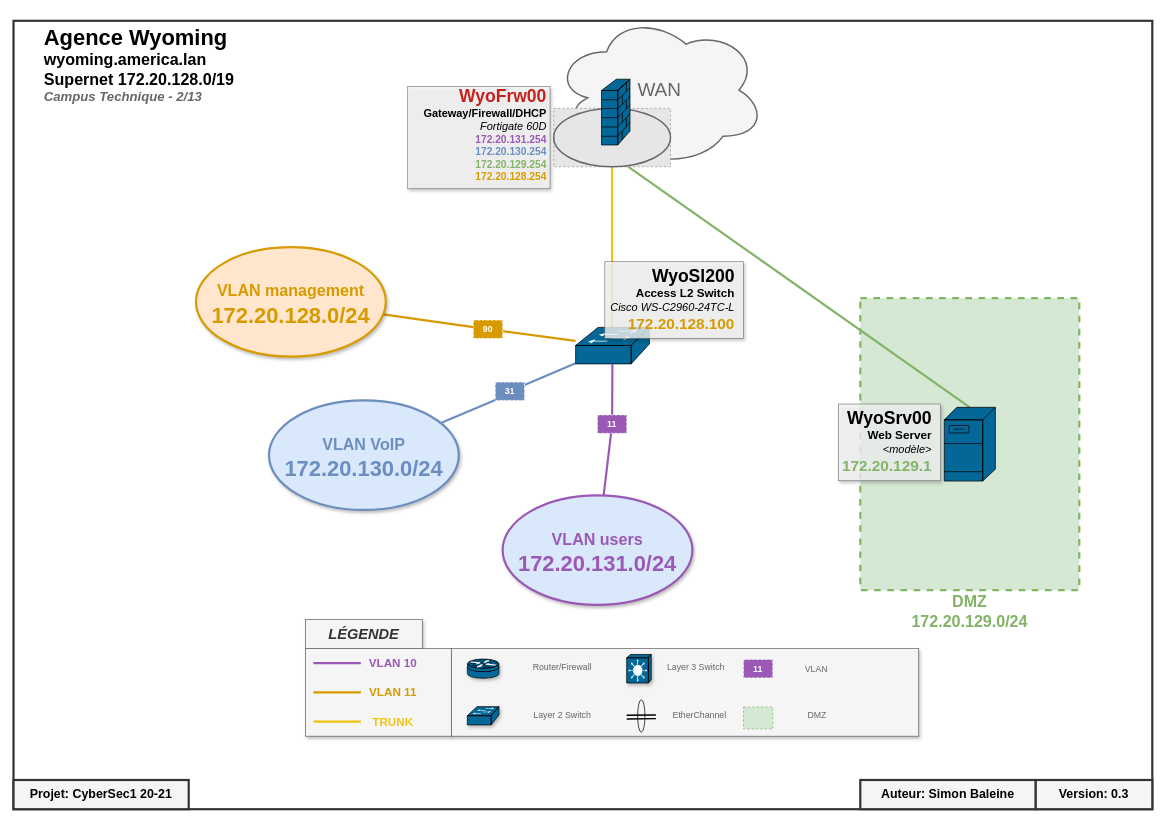
Earlier version of the draw.io diagram docs/wyoming.drawio (shellwhale/pensive-sammet). Source tidied: cells renumbered, new cells numbered last; positions are measured from the earlier drawing's top-left corner, leaving out a move shared by most shapes. Both pictures are drawn from the tidied source at 73%, with x=0, y=0 at pixel (13, 13). Pictures stored in the file or linked from it are replaced by grey dashed boxes.
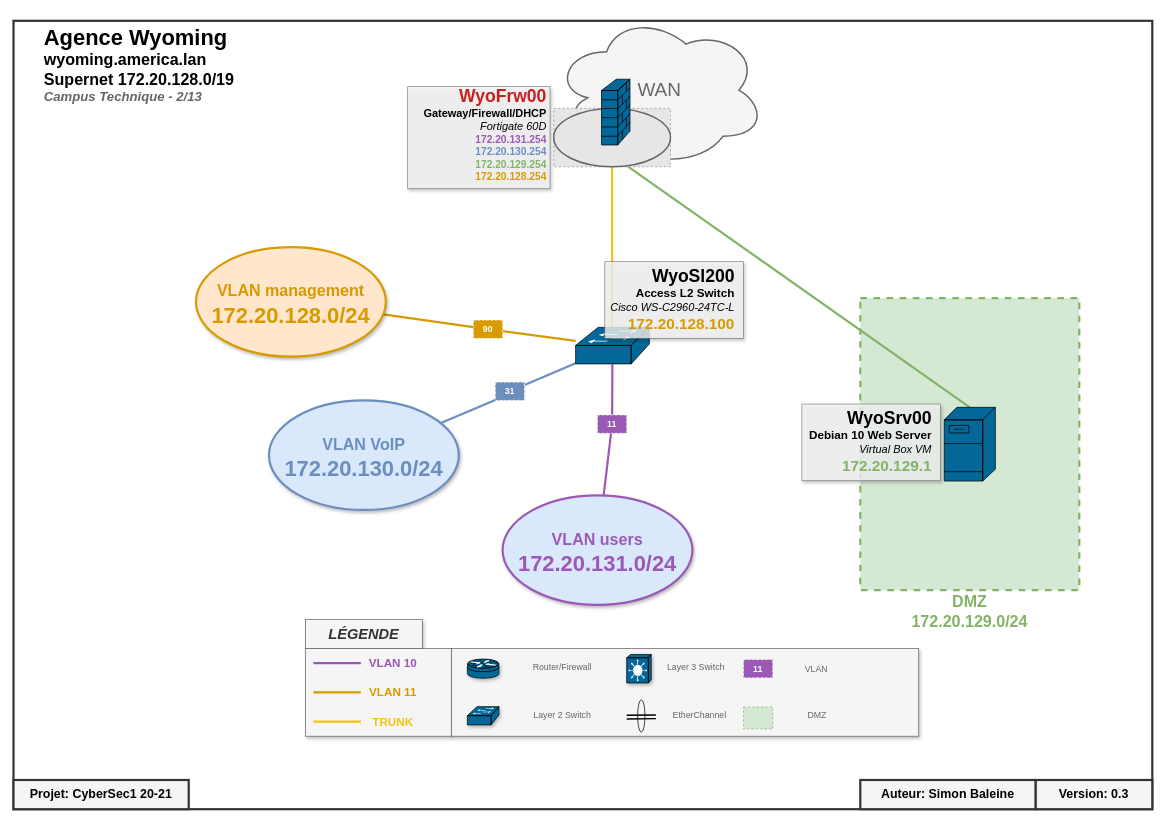
The same diagram, later.

Diff of the diagram source:
```diff
@@
     <mxCell id="59" style="rounded=0;whiteSpace=wrap;html=1;strokeColor=#666666;strokeWidth=1;fillColor=#f5f5f5;fontColor=#333333;shadow=1;opacity=80;" parent="56" vertex="1">
-      <mxGeometry x="1130" y="535" width="140" height="105" as="geometry" />
+      <mxGeometry x="1080" y="535" width="190" height="105" as="geometry" />
     </mxCell>
@@
-    <mxCell id="62" value="&lt;div&gt;&lt;b&gt;&lt;font style=&quot;font-size: 24px&quot; color=&quot;#000000&quot;&gt;WyoSrv00&lt;/font&gt;&lt;/b&gt;&lt;/div&gt;&lt;font&gt;&lt;div&gt;&lt;span style=&quot;font-size: 16px&quot;&gt;&lt;b&gt;&lt;font color=&quot;#000000&quot;&gt;Web Server&lt;/font&gt;&lt;/b&gt;&lt;/span&gt;&lt;/div&gt;&lt;font&gt;&lt;div&gt;&lt;i&gt;&lt;font style=&quot;font-size: 15px&quot; color=&quot;#000000&quot;&gt;&amp;lt;modèle&amp;gt;&lt;/font&gt;&lt;/i&gt;&lt;/div&gt;&lt;div&gt;&lt;b style=&quot;font-size: 21px&quot;&gt;&lt;font color=&quot;#82b366&quot;&gt;172.20.129.1&lt;/font&gt;&lt;/b&gt;&lt;i&gt;&lt;font style=&quot;font-size: 15px&quot;&gt;&lt;br&gt;&lt;/font&gt;&lt;/i&gt;&lt;/div&gt;&lt;font&gt;&lt;br&gt;&lt;/font&gt;&lt;/font&gt;&lt;div&gt;&lt;br&gt;&lt;/div&gt;&lt;/font&gt;" style="text;html=1;strokeColor=none;fillColor=none;align=right;verticalAlign=middle;rounded=0;glass=0;shadow=1;labelBorderColor=none;labelBackgroundColor=none;whiteSpace=wrap;spacingTop=0;fontFamily=Helvetica;FType=g;" parent="56" vertex="1">
-      <mxGeometry x="1140" y="560" width="120" height="80" as="geometry" />
+    <mxCell id="62" value="&lt;div&gt;&lt;b&gt;&lt;font style=&quot;font-size: 24px&quot; color=&quot;#000000&quot;&gt;WyoSrv00&lt;/font&gt;&lt;/b&gt;&lt;/div&gt;&lt;font&gt;&lt;div&gt;&lt;span style=&quot;font-size: 16px&quot;&gt;&lt;b&gt;&lt;font color=&quot;#000000&quot;&gt;Debian 10 Web Server&lt;/font&gt;&lt;/b&gt;&lt;/span&gt;&lt;/div&gt;&lt;font&gt;&lt;div&gt;&lt;i&gt;&lt;font style=&quot;font-size: 15px&quot; color=&quot;#000000&quot;&gt;Virtual Box VM&lt;/font&gt;&lt;/i&gt;&lt;/div&gt;&lt;div&gt;&lt;b style=&quot;font-size: 21px&quot;&gt;&lt;font color=&quot;#82b366&quot;&gt;172.20.129.1&lt;/font&gt;&lt;/b&gt;&lt;i&gt;&lt;font style=&quot;font-size: 15px&quot;&gt;&lt;br&gt;&lt;/font&gt;&lt;/i&gt;&lt;/div&gt;&lt;font&gt;&lt;br&gt;&lt;/font&gt;&lt;/font&gt;&lt;div&gt;&lt;br&gt;&lt;/div&gt;&lt;/font&gt;" style="text;html=1;strokeColor=none;fillColor=none;align=right;verticalAlign=middle;rounded=0;glass=0;shadow=1;labelBorderColor=none;labelBackgroundColor=none;whiteSpace=wrap;spacingTop=0;fontFamily=Helvetica;FType=g;" parent="56" vertex="1">
+      <mxGeometry x="1060" y="560" width="200" height="80" as="geometry" />
     </mxCell>
```
